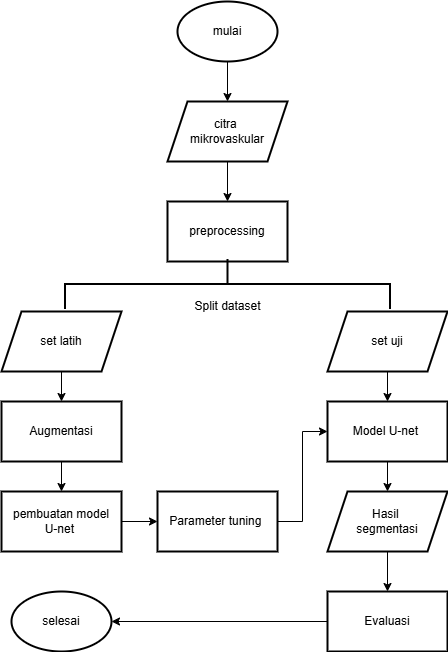
Above: gambar/flow-chart.png in junpito/tugas-akhir (draw.io), before the change. Source tidied: cells renumbered, new cells last; positions are measured from the earlier drawing's top-left corner, leaving out a move shared by most shapes.
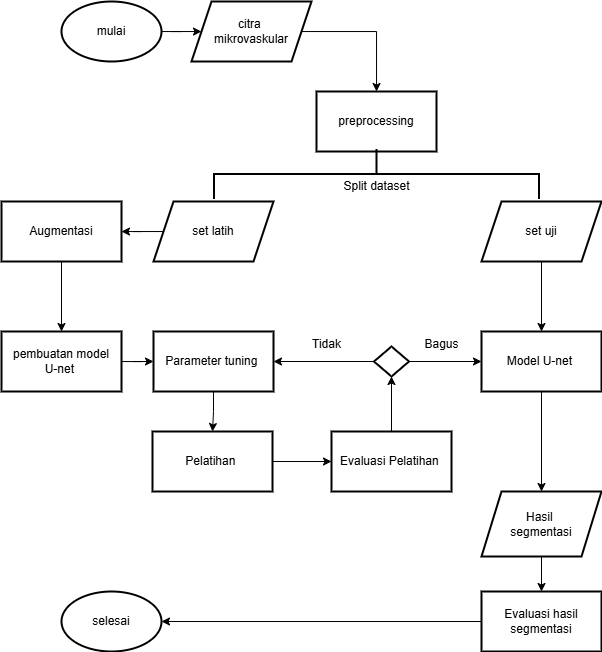
Later version of the same file.

Diff of the diagram source:
```diff
@@ -6,73 +6,100 @@
       <mxGeometry relative="1" as="geometry" />
     </mxCell>
     <mxCell id="3" value="mulai" style="strokeWidth=2;html=1;shape=mxgraph.flowchart.start_1;whiteSpace=wrap;" parent="1" vertex="1">
-      <mxGeometry x="176" width="100" height="60" as="geometry" />
+      <mxGeometry x="-104" y="70" width="100" height="60" as="geometry" />
     </mxCell>
     <mxCell id="4" style="edgeStyle=orthogonalEdgeStyle;rounded=0;jettySize=auto;html=1;" parent="1" edge="1" source="5" target="6">
       <mxGeometry relative="1" as="geometry" />
     </mxCell>
     <mxCell id="5" value="citra&amp;nbsp;&lt;div&gt;mikrovaskular&lt;/div&gt;" style="shape=parallelogram;perimeter=parallelogramPerimeter;whiteSpace=wrap;html=1;fixedSize=1;strokeWidth=2;" parent="1" vertex="1">
-      <mxGeometry x="166" y="100" width="120" height="60" as="geometry" />
+      <mxGeometry x="26" y="70" width="120" height="60" as="geometry" />
     </mxCell>
     <mxCell id="6" value="preprocessing" style="whiteSpace=wrap;html=1;strokeWidth=2;" parent="1" vertex="1">
-      <mxGeometry x="166" y="200" width="120" height="60" as="geometry" />
+      <mxGeometry x="151" y="160" width="120" height="60" as="geometry" />
     </mxCell>
     <mxCell id="7" style="edgeStyle=orthogonalEdgeStyle;rounded=0;jettySize=auto;html=1;" parent="1" edge="1" source="8" target="12">
       <mxGeometry relative="1" as="geometry" />
     </mxCell>
     <mxCell id="8" value="set latih" style="shape=parallelogram;perimeter=parallelogramPerimeter;whiteSpace=wrap;html=1;fixedSize=1;align=center;strokeWidth=2;" parent="1" vertex="1">
-      <mxGeometry y="310" width="120" height="60" as="geometry" />
+      <mxGeometry x="-12" y="270" width="120" height="60" as="geometry" />
     </mxCell>
     <mxCell id="9" style="strokeWidth=2;html=1;shape=mxgraph.flowchart.annotation_2;align=left;labelPosition=right;rotation=90;" parent="1" vertex="1">
-      <mxGeometry x="201" y="120" width="50" height="325" as="geometry" />
+      <mxGeometry x="186" y="80" width="50" height="325" as="geometry" />
     </mxCell>
-    <mxCell id="10" style="edgeStyle=orthogonalEdgeStyle;rounded=0;jettySize=auto;html=1;" parent="1" edge="1" source="11" target="25">
+    <mxCell id="10" style="edgeStyle=orthogonalEdgeStyle;rounded=0;jettySize=auto;html=1;entryX=0.5;entryY=0;entryDx=0;entryDy=0;" parent="1" edge="1" source="11" target="25">
       <mxGeometry relative="1" as="geometry" />
     </mxCell>
     <mxCell id="11" value="set uji" style="shape=parallelogram;perimeter=parallelogramPerimeter;whiteSpace=wrap;html=1;fixedSize=1;align=center;strokeWidth=2;" parent="1" vertex="1">
-      <mxGeometry x="326" y="310" width="120" height="60" as="geometry" />
+      <mxGeometry x="316" y="270" width="120" height="60" as="geometry" />
     </mxCell>
+    <mxCell id="24" style="edgeStyle=orthogonalEdgeStyle;rounded=0;jettySize=auto;html=1;entryX=0.5;entryY=0;entryDx=0;entryDy=0;" parent="1" edge="1" source="12" target="14">
+      <mxGeometry relative="1" as="geometry" />
+    </mxCell>
     <mxCell id="12" value="Augmentasi" style="whiteSpace=wrap;html=1;strokeWidth=2;" parent="1" vertex="1">
-      <mxGeometry y="400" width="120" height="60" as="geometry" />
+      <mxGeometry x="-164" y="270" width="120" height="60" as="geometry" />
     </mxCell>
-    <mxCell id="13" style="edgeStyle=orthogonalEdgeStyle;rounded=0;jettySize=auto;html=1;" parent="1" edge="1" source="14" target="17">
+    <mxCell id="13" style="edgeStyle=orthogonalEdgeStyle;rounded=0;jettySize=auto;html=1;entryX=0;entryY=0.5;entryDx=0;entryDy=0;" parent="1" edge="1" source="14" target="17">
       <mxGeometry relative="1" as="geometry" />
     </mxCell>
     <mxCell id="14" value="pembuatan model&lt;div&gt;U-net&amp;nbsp;&lt;/div&gt;" style="whiteSpace=wrap;html=1;strokeWidth=2;" parent="1" vertex="1">
-      <mxGeometry y="490" width="120" height="60" as="geometry" />
+      <mxGeometry x="-164" y="400" width="120" height="60" as="geometry" />
     </mxCell>
-    <mxCell id="15" style="edgeStyle=orthogonalEdgeStyle;rounded=0;jettySize=auto;html=1;" parent="1" edge="1" source="25" target="19">
-      <mxGeometry relative="1" as="geometry" />
-    </mxCell>
-    <mxCell id="16" style="edgeStyle=orthogonalEdgeStyle;rounded=0;jettySize=auto;html=1;entryX=0;entryY=0.5;entryDx=0;entryDy=0;" parent="1" edge="1" source="17" target="25">
-      <mxGeometry relative="1" as="geometry" />
-    </mxCell>
+    <mxCell id="26" style="edgeStyle=orthogonalEdgeStyle;rounded=0;jettySize=auto;html=1;" parent="1" edge="1" source="17" target="28">
+      <mxGeometry relative="1" as="geometry" />
+    </mxCell>
     <mxCell id="17" value="Parameter tuning&amp;nbsp;" style="whiteSpace=wrap;html=1;strokeWidth=2;" parent="1" vertex="1">
-      <mxGeometry x="156" y="490" width="120" height="60" as="geometry" />
+      <mxGeometry x="-12" y="400" width="120" height="60" as="geometry" />
     </mxCell>
-    <mxCell id="18" style="edgeStyle=orthogonalEdgeStyle;rounded=0;jettySize=auto;html=1;" parent="1" edge="1" source="19" target="20">
+    <mxCell id="18" style="edgeStyle=orthogonalEdgeStyle;rounded=0;jettySize=auto;html=1;entryX=0.5;entryY=0;entryDx=0;entryDy=0;" parent="1" edge="1" source="19" target="20">
       <mxGeometry relative="1" as="geometry" />
     </mxCell>
     <mxCell id="19" value="Hasil&amp;nbsp;&lt;div&gt;segmentasi&lt;/div&gt;" style="shape=parallelogram;perimeter=parallelogramPerimeter;whiteSpace=wrap;html=1;fixedSize=1;strokeWidth=2;" parent="1" vertex="1">
-      <mxGeometry x="326" y="490" width="120" height="60" as="geometry" />
+      <mxGeometry x="316" y="560" width="120" height="65" as="geometry" />
     </mxCell>
+    <mxCell id="21" style="edgeStyle=orthogonalEdgeStyle;rounded=0;jettySize=auto;html=1;entryX=1;entryY=0.5;entryDx=0;entryDy=0;entryPerimeter=0;" parent="1" edge="1" source="20" target="22">
+      <mxGeometry relative="1" as="geometry" />
+    </mxCell>
-    <mxCell id="20" value="Evaluasi" style="whiteSpace=wrap;html=1;strokeWidth=2;" parent="1" vertex="1">
-      <mxGeometry x="326" y="590" width="120" height="60" as="geometry" />
+    <mxCell id="20" value="Evaluasi hasil segmentasi" style="whiteSpace=wrap;html=1;strokeWidth=2;" parent="1" vertex="1">
+      <mxGeometry x="316" y="660" width="120" height="60" as="geometry" />
     </mxCell>
-    <mxCell id="21" style="edgeStyle=orthogonalEdgeStyle;rounded=0;jettySize=auto;html=1;" parent="1" edge="1" source="20" target="22">
-      <mxGeometry relative="1" as="geometry" />
-    </mxCell>
     <mxCell id="22" value="selesai" style="strokeWidth=2;html=1;shape=mxgraph.flowchart.start_1;whiteSpace=wrap;" parent="1" vertex="1">
-      <mxGeometry x="10" y="590" width="100" height="60" as="geometry" />
+      <mxGeometry x="-104" y="660" width="100" height="60" as="geometry" />
     </mxCell>
     <mxCell id="23" value="Split dataset" style="text;html=1;align=center;verticalAlign=middle;strokeColor=none;fillColor=none;" parent="1" vertex="1">
-      <mxGeometry x="181" y="290" width="90" height="30" as="geometry" />
+      <mxGeometry x="166" y="240" width="90" height="30" as="geometry" />
     </mxCell>
-    <mxCell id="24" style="edgeStyle=orthogonalEdgeStyle;rounded=0;jettySize=auto;html=1;entryX=0.5;entryY=0;entryDx=0;entryDy=0;" parent="1" edge="1" source="12" target="14">
-      <mxGeometry relative="1" as="geometry" />
-    </mxCell>
+    <mxCell id="15" style="edgeStyle=orthogonalEdgeStyle;rounded=0;jettySize=auto;html=1;entryX=0.5;entryY=0;entryDx=0;entryDy=0;" parent="1" edge="1" source="25" target="19">
+      <mxGeometry relative="1" as="geometry" />
+    </mxCell>
     <mxCell id="25" value="Model U-net&amp;nbsp;" style="whiteSpace=wrap;html=1;strokeWidth=2;" parent="1" vertex="1">
-      <mxGeometry x="326" y="400" width="120" height="60" as="geometry" />
+      <mxGeometry x="316" y="400" width="120" height="60" as="geometry" />
     </mxCell>
+    <mxCell id="27" style="edgeStyle=orthogonalEdgeStyle;rounded=0;jettySize=auto;html=1;" parent="1" edge="1" source="28" target="30">
+      <mxGeometry relative="1" as="geometry" />
+    </mxCell>
+    <mxCell id="28" value="Pelatihan&amp;nbsp;" style="whiteSpace=wrap;html=1;strokeWidth=2;" parent="1" vertex="1">
+      <mxGeometry x="-13" y="500" width="120" height="60" as="geometry" />
+    </mxCell>
+    <mxCell id="29" style="edgeStyle=orthogonalEdgeStyle;rounded=0;jettySize=auto;html=1;" parent="1" edge="1" source="30" target="33">
+      <mxGeometry relative="1" as="geometry" />
+    </mxCell>
+    <mxCell id="30" value="Evaluasi Pelatihan&amp;nbsp;" style="whiteSpace=wrap;html=1;strokeWidth=2;" parent="1" vertex="1">
+      <mxGeometry x="166" y="500" width="120" height="60" as="geometry" />
+    </mxCell>
+    <mxCell id="31" style="edgeStyle=orthogonalEdgeStyle;rounded=0;jettySize=auto;html=1;entryX=0;entryY=0.5;entryDx=0;entryDy=0;" parent="1" edge="1" source="33" target="25">
+      <mxGeometry relative="1" as="geometry" />
+    </mxCell>
+    <mxCell id="32" style="edgeStyle=orthogonalEdgeStyle;rounded=0;jettySize=auto;html=1;entryX=1;entryY=0.5;entryDx=0;entryDy=0;" parent="1" edge="1" source="33" target="17">
+      <mxGeometry relative="1" as="geometry" />
+    </mxCell>
+    <mxCell id="33" style="rhombus;whiteSpace=wrap;html=1;strokeWidth=2;" parent="1" vertex="1">
+      <mxGeometry x="208.5" y="415" width="35" height="30" as="geometry" />
+    </mxCell>
+    <mxCell id="34" value="Bagus" style="text;html=1;align=center;verticalAlign=middle;strokeColor=none;fillColor=none;" parent="1" vertex="1">
+      <mxGeometry x="246" y="398" width="60" height="30" as="geometry" />
+    </mxCell>
+    <mxCell id="35" value="Tidak" style="text;html=1;align=center;verticalAlign=middle;strokeColor=none;fillColor=none;" parent="1" vertex="1">
+      <mxGeometry x="136" y="398" width="50" height="30" as="geometry" />
+    </mxCell>
   </root>
 </mxGraphModel>
```
